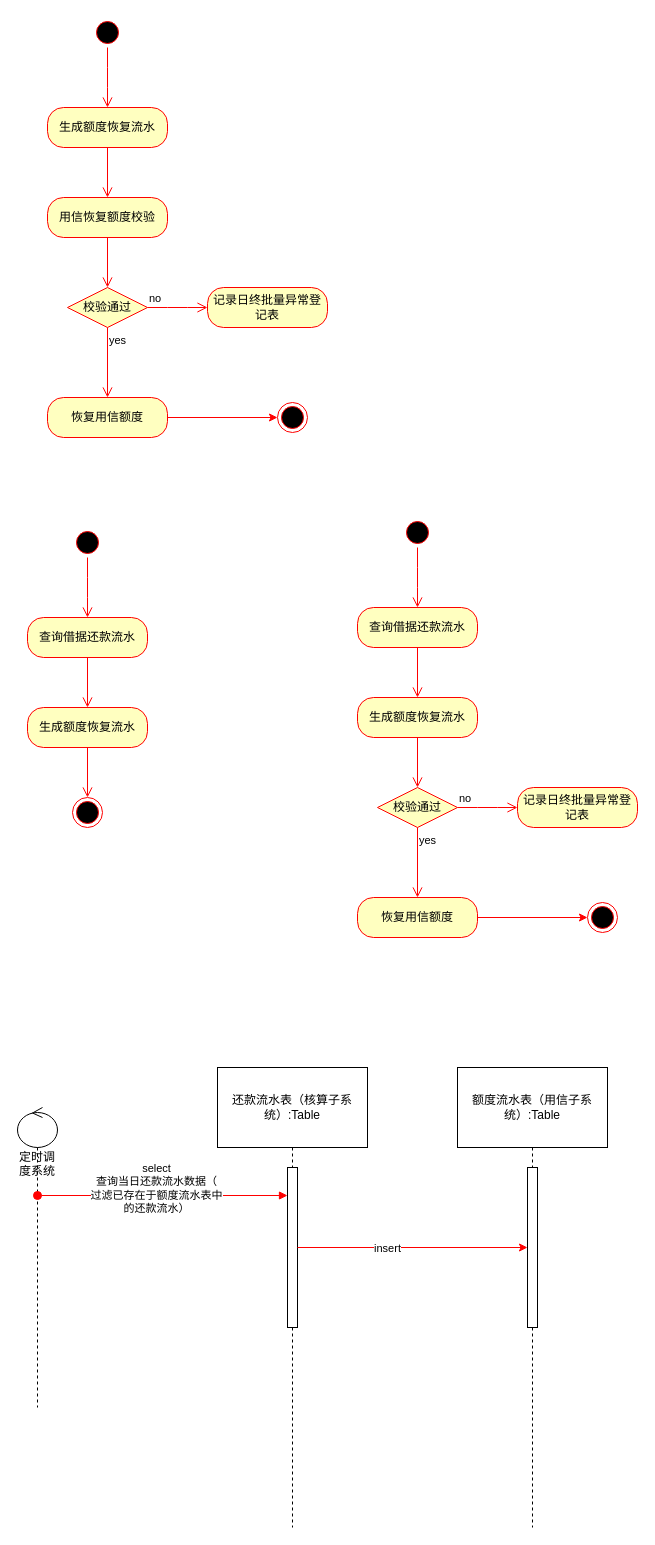
This is page "批量恢复合同额度" (1 of 4) of Untitled Diagram.drawio from MinDaHu/UML, a draw.io file, before an edit. Source tidied: cells renumbered, new cells numbered last; positions are measured from the earlier drawing's top-left corner, leaving out a move shared by most shapes. Both pictures are drawn from the tidied source at 100%, with x=0, y=0 at pixel (17, 17).
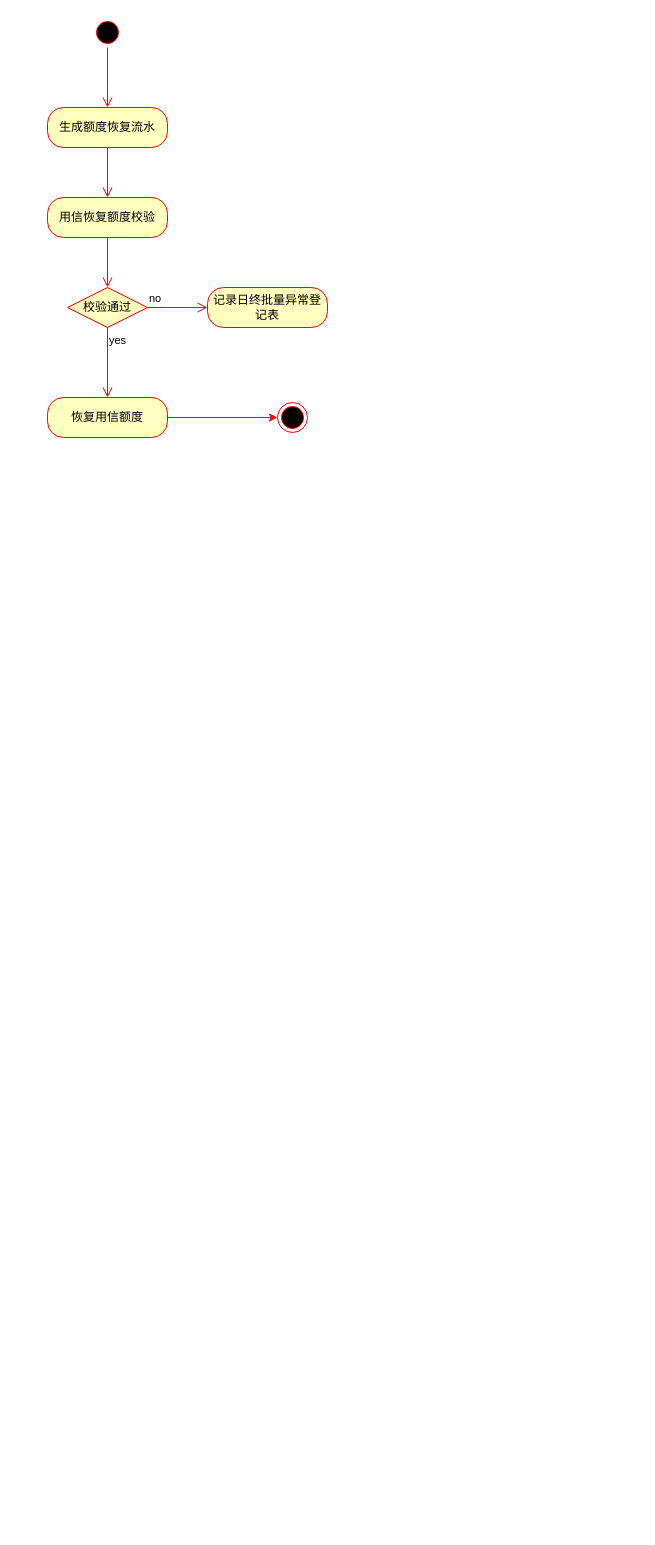
The same page after the edit.

Commit message:
高伟达-额度改造.drawio

Diff of the diagram source:
```diff
@@
-    <mxCell id="15" style="ellipse;html=1;shape=startState;fillColor=#000000;strokeColor=#ff0000;" parent="1" vertex="1">
-      <mxGeometry x="55" y="510" width="30" height="30" as="geometry" />
-    </mxCell>
-    <mxCell id="16" style="edgeStyle=orthogonalEdgeStyle;html=1;verticalAlign=bottom;endArrow=open;endSize=8;strokeColor=#ff0000;" parent="1" edge="1" source="15">
-      <mxGeometry relative="1" as="geometry">
-        <mxPoint x="70" y="600" as="targetPoint" />
-      </mxGeometry>
-    </mxCell>
-    <mxCell id="17" value="查询借据还款流水" style="rounded=1;whiteSpace=wrap;html=1;arcSize=40;fontColor=#000000;fillColor=#ffffc0;strokeColor=#ff0000;" parent="1" vertex="1">
-      <mxGeometry x="10" y="600" width="120" height="40" as="geometry" />
-    </mxCell>
-    <mxCell id="18" style="edgeStyle=orthogonalEdgeStyle;html=1;verticalAlign=bottom;endArrow=open;endSize=8;strokeColor=#ff0000;entryX=0.5;entryY=0;entryDx=0;entryDy=0;" parent="1" edge="1" source="17" target="19">
-      <mxGeometry relative="1" as="geometry" />
-    </mxCell>
-    <mxCell id="19" value="生成额度恢复流水" style="rounded=1;whiteSpace=wrap;html=1;arcSize=40;fontColor=#000000;fillColor=#ffffc0;strokeColor=#ff0000;" parent="1" vertex="1">
-      <mxGeometry x="10" y="690" width="120" height="40" as="geometry" />
-    </mxCell>
-    <mxCell id="20" style="edgeStyle=orthogonalEdgeStyle;html=1;verticalAlign=bottom;endArrow=open;endSize=8;strokeColor=#ff0000;exitX=0.5;exitY=1;exitDx=0;exitDy=0;entryX=0.5;entryY=0;entryDx=0;entryDy=0;" parent="1" edge="1" source="19" target="21">
-      <mxGeometry relative="1" as="geometry" />
-    </mxCell>
-    <mxCell id="21" style="ellipse;html=1;shape=endState;fillColor=#000000;strokeColor=#ff0000;" parent="1" vertex="1">
-      <mxGeometry x="55" y="780" width="30" height="30" as="geometry" />
-    </mxCell>
-    <mxCell id="22" style="ellipse;html=1;shape=startState;fillColor=#000000;strokeColor=#ff0000;" parent="1" vertex="1">
-      <mxGeometry x="385" y="500" width="30" height="30" as="geometry" />
-    </mxCell>
-    <mxCell id="23" style="edgeStyle=orthogonalEdgeStyle;html=1;verticalAlign=bottom;endArrow=open;endSize=8;strokeColor=#ff0000;" parent="1" edge="1" source="22">
-      <mxGeometry relative="1" as="geometry">
-        <mxPoint x="400" y="590" as="targetPoint" />
-      </mxGeometry>
-    </mxCell>
-    <mxCell id="24" value="查询借据还款流水" style="rounded=1;whiteSpace=wrap;html=1;arcSize=40;fontColor=#000000;fillColor=#ffffc0;strokeColor=#ff0000;" parent="1" vertex="1">
-      <mxGeometry x="340" y="590" width="120" height="40" as="geometry" />
-    </mxCell>
-    <mxCell id="25" style="edgeStyle=orthogonalEdgeStyle;html=1;verticalAlign=bottom;endArrow=open;endSize=8;strokeColor=#ff0000;entryX=0.5;entryY=0;entryDx=0;entryDy=0;" parent="1" edge="1" source="24" target="26">
-      <mxGeometry relative="1" as="geometry" />
-    </mxCell>
-    <mxCell id="26" value="生成额度恢复流水" style="rounded=1;whiteSpace=wrap;html=1;arcSize=40;fontColor=#000000;fillColor=#ffffc0;strokeColor=#ff0000;" parent="1" vertex="1">
-      <mxGeometry x="340" y="680" width="120" height="40" as="geometry" />
-    </mxCell>
-    <mxCell id="27" value="校验通过" style="rhombus;whiteSpace=wrap;html=1;fillColor=#ffffc0;strokeColor=#ff0000;" parent="1" vertex="1">
-      <mxGeometry x="360" y="770" width="80" height="40" as="geometry" />
-    </mxCell>
-    <mxCell id="28" value="no" style="edgeStyle=orthogonalEdgeStyle;html=1;align=left;verticalAlign=bottom;endArrow=open;endSize=8;strokeColor=#ff0000;" parent="1" edge="1" source="27">
-      <mxGeometry x="-1" relative="1" as="geometry">
-        <mxPoint x="500" y="790" as="targetPoint" />
-      </mxGeometry>
-    </mxCell>
-    <mxCell id="29" value="yes" style="edgeStyle=orthogonalEdgeStyle;html=1;align=left;verticalAlign=top;endArrow=open;endSize=8;strokeColor=#ff0000;entryX=0.5;entryY=0;entryDx=0;entryDy=0;" parent="1" edge="1" source="27" target="32">
-      <mxGeometry x="-1" relative="1" as="geometry" />
-    </mxCell>
-    <mxCell id="30" style="edgeStyle=orthogonalEdgeStyle;html=1;verticalAlign=bottom;endArrow=open;endSize=8;strokeColor=#ff0000;exitX=0.5;exitY=1;exitDx=0;exitDy=0;" parent="1" edge="1" source="26" target="27">
-      <mxGeometry relative="1" as="geometry">
-        <Array as="points">
-          <mxPoint x="400" y="770" />
-          <mxPoint x="400" y="770" />
-        </Array>
-      </mxGeometry>
-    </mxCell>
-    <mxCell id="31" style="edgeStyle=orthogonalEdgeStyle;rounded=0;jettySize=auto;html=1;fillColor=#f8cecc;strokeColor=#FF0000;exitX=1;exitY=0.5;exitDx=0;exitDy=0;" parent="1" edge="1" source="32" target="34">
-      <mxGeometry relative="1" as="geometry" />
-    </mxCell>
-    <mxCell id="32" value="恢复用信额度" style="rounded=1;whiteSpace=wrap;html=1;arcSize=40;fontColor=#000000;fillColor=#ffffc0;strokeColor=#ff0000;" parent="1" vertex="1">
-      <mxGeometry x="340" y="880" width="120" height="40" as="geometry" />
-    </mxCell>
-    <mxCell id="33" value="记录日终批量异常登记表" style="rounded=1;whiteSpace=wrap;html=1;arcSize=40;fontColor=#000000;fillColor=#ffffc0;strokeColor=#ff0000;" parent="1" vertex="1">
-      <mxGeometry x="500" y="770" width="120" height="40" as="geometry" />
-    </mxCell>
-    <mxCell id="34" style="ellipse;html=1;shape=endState;fillColor=#000000;strokeColor=#ff0000;" parent="1" vertex="1">
-      <mxGeometry x="570" y="885" width="30" height="30" as="geometry" />
-    </mxCell>
-    <mxCell id="35" value="定时调度系统" style="shape=umlLifeline;participant=umlControl;perimeter=lifelinePerimeter;whiteSpace=wrap;html=1;verticalAlign=top;spacingTop=36;" parent="1" vertex="1">
-      <mxGeometry y="1090" width="40" height="300" as="geometry" />
-    </mxCell>
-    <mxCell id="36" value="还款流水表（核算子系统）:Table" style="shape=umlLifeline;perimeter=lifelinePerimeter;whiteSpace=wrap;html=1;size=80;" parent="1" vertex="1">
-      <mxGeometry x="200" y="1050" width="150" height="460" as="geometry" />
-    </mxCell>
-    <mxCell id="37" style="html=1;points=[];perimeter=orthogonalPerimeter;" parent="36" vertex="1">
-      <mxGeometry x="70" y="100" width="10" height="160" as="geometry" />
-    </mxCell>
-    <mxCell id="38" value="select&lt;br&gt;查询当日还款流水数据（&lt;br&gt;过滤已存在于额度流水表中&lt;br&gt;的还款流水）" style="html=1;verticalAlign=bottom;startArrow=oval;endArrow=block;startSize=8;strokeColor=#FF0000;" parent="1" edge="1" target="37">
-      <mxGeometry x="-0.05" y="-22" relative="1" as="geometry">
-        <mxPoint x="20" y="1178" as="sourcePoint" />
-      </mxGeometry>
-    </mxCell>
-    <mxCell id="39" value="额度流水表（用信子系统）:Table" style="shape=umlLifeline;perimeter=lifelinePerimeter;whiteSpace=wrap;html=1;size=80;" parent="1" vertex="1">
-      <mxGeometry x="440" y="1050" width="150" height="460" as="geometry" />
-    </mxCell>
-    <mxCell id="40" style="html=1;points=[];perimeter=orthogonalPerimeter;" parent="39" vertex="1">
-      <mxGeometry x="70" y="100" width="10" height="160" as="geometry" />
-    </mxCell>
-    <mxCell id="41" style="edgeStyle=orthogonalEdgeStyle;rounded=0;jettySize=auto;html=1;strokeColor=#FF0000;" parent="1" edge="1" source="37" target="40">
-      <mxGeometry relative="1" as="geometry">
-        <Array as="points">
-          <mxPoint x="270" y="1192" />
-          <mxPoint x="270" y="1192" />
-        </Array>
-      </mxGeometry>
-    </mxCell>
-    <mxCell id="42" value="insert" style="edgeLabel;html=1;align=center;verticalAlign=middle;" parent="41" vertex="1">
-      <mxGeometry x="-0.23" relative="1" as="geometry" />
-    </mxCell>
```
